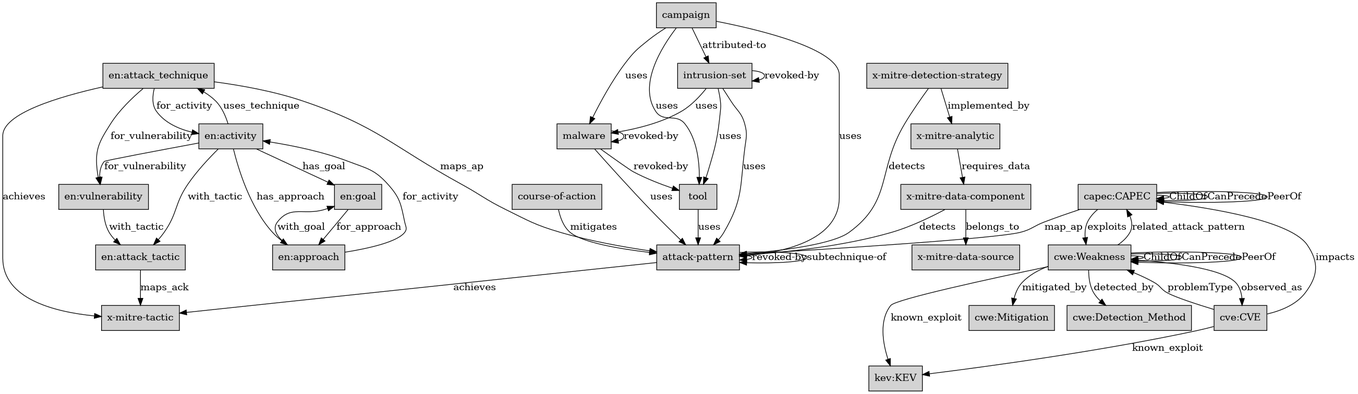
Athena-Software-Group/Glaukopis keeps this Graphviz diagram as tmpl_gen/sample-templ/2026-02-18/CTI-schema-target-2026-02.png. Above is the earlier version. Its source is kept beside it as tmpl_gen/sample-templ/2026-02-18/CTI-schema-target-2026-02.gv.
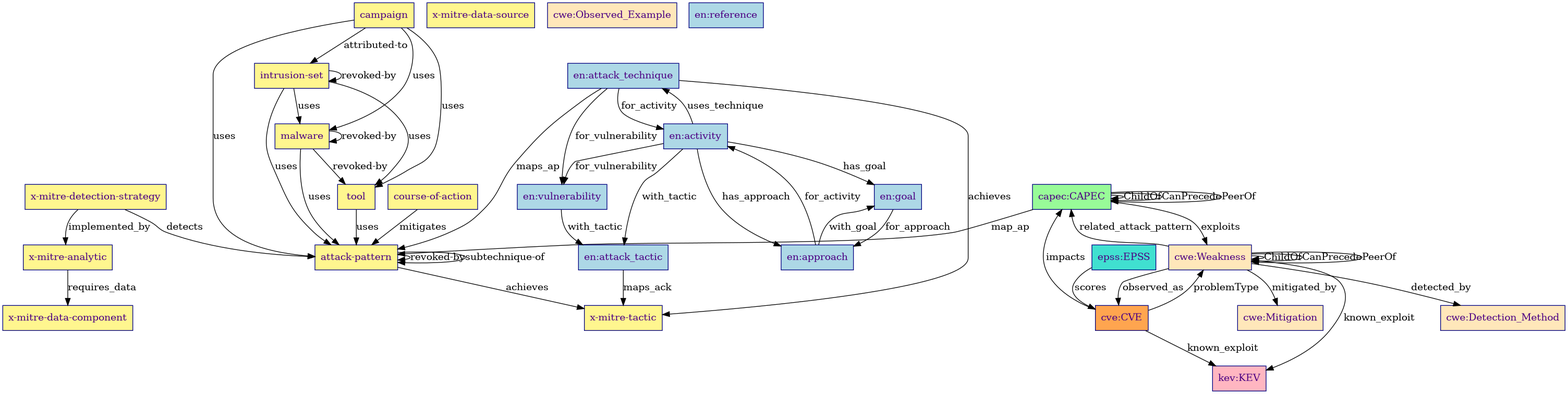
The same file after the commit.

Commit message:
added EPSS to schema doc and xls summary

What changed in the source:
```diff
@@ -1,5 +1,31 @@
 digraph schema_athena_cti {
     node [shape=box, style=filled];
+"attack-pattern" [color=navy, fontcolor=indigo, fillcolor=khaki1];
+"campaign" [color=navy, fontcolor=indigo, fillcolor=khaki1];
+"course-of-action" [color=navy, fontcolor=indigo, fillcolor=khaki1];
+"intrusion-set" [color=navy, fontcolor=indigo, fillcolor=khaki1];
+"malware" [color=navy, fontcolor=indigo, fillcolor=khaki1];
+"tool" [color=navy, fontcolor=indigo, fillcolor=khaki1];
+"x-mitre-data-component" [color=navy, fontcolor=indigo, fillcolor=khaki1];
+"x-mitre-tactic" [color=navy, fontcolor=indigo, fillcolor=khaki1];
+"x-mitre-data-source" [color=navy, fontcolor=indigo, fillcolor=khaki1];
+"x-mitre-analytic" [color=navy, fontcolor=indigo, fillcolor=khaki1];
+"x-mitre-detection-strategy" [color=navy, fontcolor=indigo, fillcolor=khaki1];
+"cwe:Weakness" [color=navy, fontcolor=indigo, fillcolor=wheat1];
+"cwe:Detection_Method" [color=navy, fontcolor=indigo, fillcolor=wheat1];
+"cwe:Observed_Example" [color=navy, fontcolor=indigo, fillcolor=wheat1];
+"cwe:Mitigation" [color=navy, fontcolor=indigo, fillcolor=wheat1];
+"cve:CVE" [color=navy, fontcolor=indigo, fillcolor=tan1];
+"capec:CAPEC" [color=navy, fontcolor=indigo, fillcolor=palegreen];
+"en:goal" [color=navy, fontcolor=indigo, fillcolor=lightblue];
+"en:approach" [color=navy, fontcolor=indigo, fillcolor=lightblue];
+"en:activity" [color=navy, fontcolor=indigo, fillcolor=lightblue];
+"en:vulnerability" [color=navy, fontcolor=indigo, fillcolor=lightblue];
+"en:attack_technique" [color=navy, fontcolor=indigo, fillcolor=lightblue];
+"en:attack_tactic" [color=navy, fontcolor=indigo, fillcolor=lightblue];
+"en:reference" [color=navy, fontcolor=indigo, fillcolor=lightblue];
+"kev:KEV" [color=navy, fontcolor=indigo, fillcolor=lightpink];
+"epss:EPSS" [color=navy, fontcolor=indigo, fillcolor=turquoise];
 "attack-pattern" -> "attack-pattern" [label="revoked-by"];
 "attack-pattern" -> "attack-pattern" [label="subtechnique-of"];
 "attack-pattern" -> "x-mitre-tactic" [label="achieves"];
@@ -16,8 +42,6 @@
 "malware" -> "tool" [label="revoked-by"];
 "malware" -> "attack-pattern" [label="uses"];
 "tool" -> "attack-pattern" [label="uses"];
-"x-mitre-data-component" -> "attack-pattern" [label="detects"];
-"x-mitre-data-component" -> "x-mitre-data-source" [label="belongs_to"];
 "x-mitre-detection-strategy" -> "attack-pattern" [label="detects"];
 "x-mitre-analytic" -> "x-mitre-data-component" [label="requires_data"];
 "x-mitre-detection-strategy" -> "x-mitre-analytic" [label="implemented_by"];
@@ -51,4 +75,5 @@
 "en:attack_technique" -> "x-mitre-tactic" [label="achieves"];
 "en:attack_tactic" -> "x-mitre-tactic" [label="maps_ack"];
 "en:vulnerability" -> "en:attack_tactic" [label="with_tactic"];
+"epss:EPSS" -> "cve:CVE" [label="scores"];
 }
```
